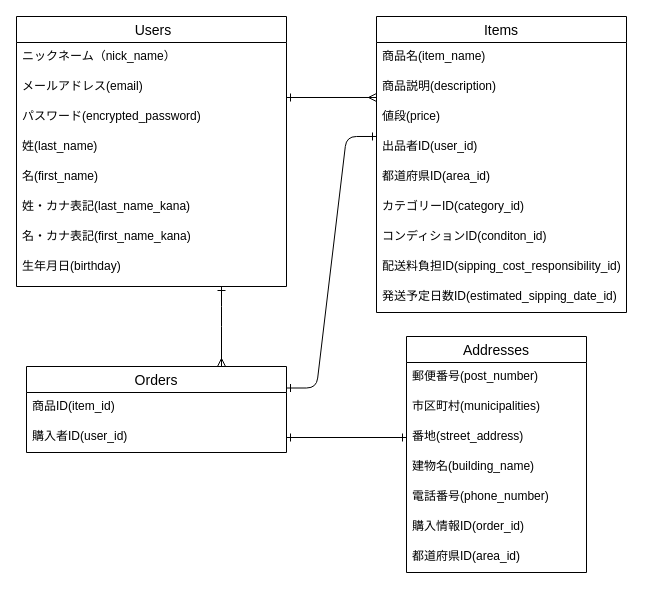
Earlier version of the draw.io diagram furima.dio (ktna1727/furima-40943). Source tidied: cells renumbered, new cells numbered last; positions are measured from the earlier drawing's top-left corner, leaving out a move shared by most shapes. Both pictures are drawn from the tidied source at 100%, with x=0, y=0 at pixel (16, 16).
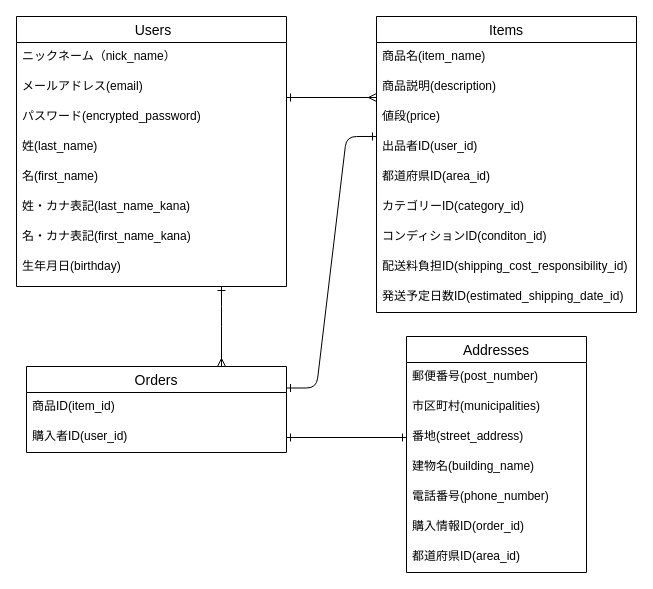
The same diagram, later.

The edit, as a diff of the source:
```diff
@@
     <mxCell id="12" value="Items" style="swimlane;fontStyle=0;horizontal=1;startSize=26;align=center;fontSize=14;" parent="1" vertex="1">
-      <mxGeometry x="360" width="250" height="296" as="geometry" />
+      <mxGeometry x="360" width="260" height="296" as="geometry" />
     </mxCell>
     <mxCell id="13" value="商品名(item_name)" style="text;strokeColor=none;fillColor=none;spacingLeft=4;spacingRight=4;overflow=hidden;fontSize=12;" parent="12" vertex="1">
-      <mxGeometry y="26" width="250" height="30" as="geometry" />
+      <mxGeometry y="26" width="260" height="30" as="geometry" />
     </mxCell>
     <mxCell id="14" value="商品説明(description)" style="text;strokeColor=none;fillColor=none;spacingLeft=4;spacingRight=4;overflow=hidden;points=[[0,0.5],[1,0.5]];portConstraint=eastwest;fontSize=12;" parent="12" vertex="1">
-      <mxGeometry y="56" width="250" height="30" as="geometry" />
+      <mxGeometry y="56" width="260" height="30" as="geometry" />
     </mxCell>
     <mxCell id="15" value="値段(price)" style="text;strokeColor=none;fillColor=none;spacingLeft=4;spacingRight=4;overflow=hidden;fontSize=12;" parent="12" vertex="1">
-      <mxGeometry y="86" width="250" height="30" as="geometry" />
+      <mxGeometry y="86" width="260" height="30" as="geometry" />
     </mxCell>
     <mxCell id="16" value="出品者ID(user_id) " style="text;strokeColor=none;fillColor=none;spacingLeft=4;spacingRight=4;overflow=hidden;points=[[0,0.5],[1,0.5]];portConstraint=eastwest;fontSize=12;shadow=1;" parent="12" vertex="1">
-      <mxGeometry y="116" width="250" height="30" as="geometry" />
+      <mxGeometry y="116" width="260" height="30" as="geometry" />
     </mxCell>
     <mxCell id="17" value="都道府県ID(area_id) " style="text;strokeColor=none;fillColor=none;spacingLeft=4;spacingRight=4;overflow=hidden;fontSize=12;" parent="12" vertex="1">
-      <mxGeometry y="146" width="250" height="30" as="geometry" />
+      <mxGeometry y="146" width="260" height="30" as="geometry" />
     </mxCell>
     <mxCell id="18" value="カテゴリーID(category_id)" style="text;strokeColor=none;fillColor=none;spacingLeft=4;spacingRight=4;overflow=hidden;fontSize=12;" parent="12" vertex="1">
-      <mxGeometry y="176" width="250" height="30" as="geometry" />
+      <mxGeometry y="176" width="260" height="30" as="geometry" />
     </mxCell>
     <mxCell id="19" value="コンディションID(conditon_id)" style="text;strokeColor=none;fillColor=none;spacingLeft=4;spacingRight=4;overflow=hidden;fontSize=12;" parent="12" vertex="1">
-      <mxGeometry y="206" width="250" height="30" as="geometry" />
+      <mxGeometry y="206" width="260" height="30" as="geometry" />
     </mxCell>
-    <mxCell id="20" value="配送料負担ID(sipping_cost_responsibility_id)" style="text;strokeColor=none;fillColor=none;spacingLeft=4;spacingRight=4;overflow=hidden;fontSize=12;" parent="12" vertex="1">
-      <mxGeometry y="236" width="250" height="30" as="geometry" />
+    <mxCell id="20" value="配送料負担ID(shipping_cost_responsibility_id)" style="text;strokeColor=none;fillColor=none;spacingLeft=4;spacingRight=4;overflow=hidden;fontSize=12;" parent="12" vertex="1">
+      <mxGeometry y="236" width="260" height="30" as="geometry" />
     </mxCell>
-    <mxCell id="21" value="発送予定日数ID(estimated_sipping_date_id)&#10;" style="text;strokeColor=none;fillColor=none;spacingLeft=4;spacingRight=4;overflow=hidden;fontSize=12;" parent="12" vertex="1">
-      <mxGeometry y="266" width="250" height="30" as="geometry" />
+    <mxCell id="21" value="発送予定日数ID(estimated_shipping_date_id)&#10;" style="text;strokeColor=none;fillColor=none;spacingLeft=4;spacingRight=4;overflow=hidden;fontSize=12;" parent="12" vertex="1">
+      <mxGeometry y="266" width="260" height="30" as="geometry" />
     </mxCell>
```
